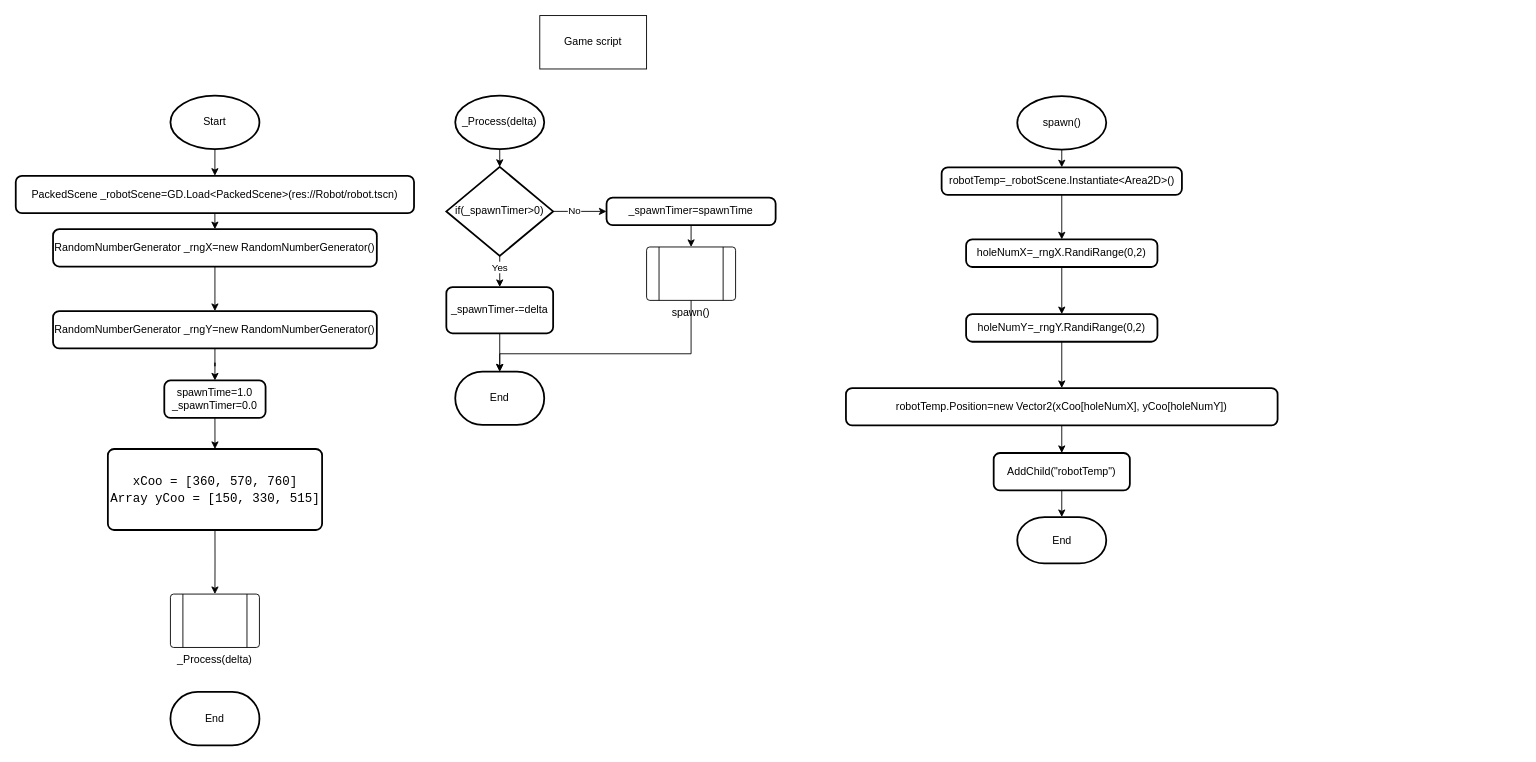
Above: whack-a-robot/Game/game flowchart.drawio in BHASVIC-Kasper25/Whack-a-Robot (draw.io), before the change. Source tidied: cells renumbered, new cells numbered last; positions are measured from the earlier drawing's top-left corner, leaving out a move shared by most shapes. Both pictures are drawn from the tidied source at 89%, with x=0, y=0 at pixel (15, 15).
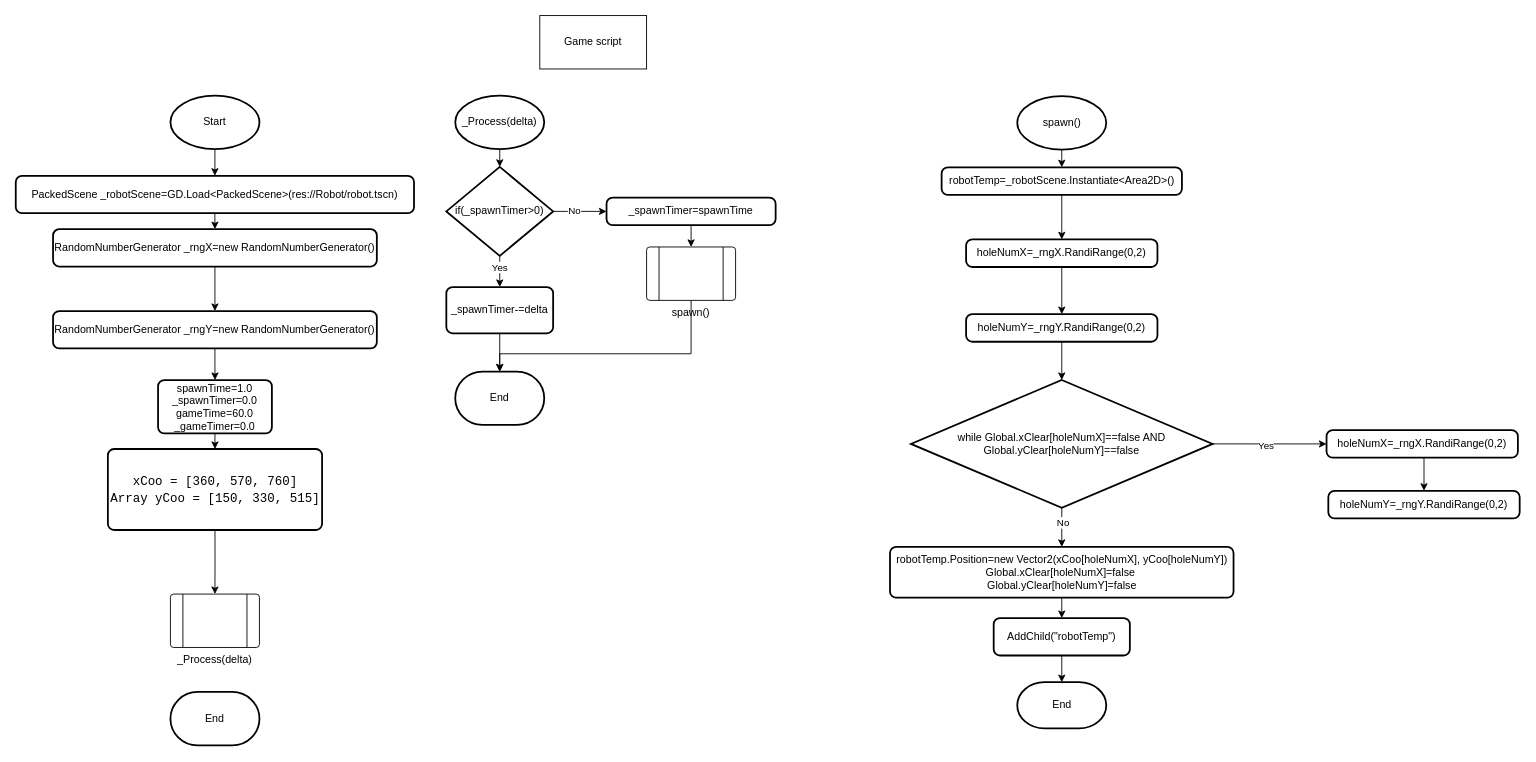
The same diagram, later.

The change refers to these unchanged cells:
```xml
<mxCell id="41" value="holeNumY=_rngY.RandiRange(0,2)" style="rounded=1;whiteSpace=wrap;html=1;absoluteArcSize=1;arcSize=14;strokeWidth=2;" parent="1" vertex="1">
  <mxGeometry x="1068" y="335.5" width="215" height="31" as="geometry" />
</mxCell>
```

Diff of the diagram source:
```diff
@@
-    <mxCell id="11" value="spawnTime=1.0&lt;div&gt;_spawnTimer=0.0&lt;/div&gt;" style="rounded=1;whiteSpace=wrap;html=1;absoluteArcSize=1;arcSize=14;strokeWidth=2;" parent="1" vertex="1">
-      <mxGeometry x="167.1" y="410" width="113.8" height="42" as="geometry" />
+    <mxCell id="11" value="spawnTime=1.0&lt;div&gt;_spawnTimer=0.0&lt;/div&gt;&lt;div&gt;gameTime=60.0&lt;/div&gt;&lt;div&gt;_gameTimer=0.0&lt;/div&gt;" style="rounded=1;whiteSpace=wrap;html=1;absoluteArcSize=1;arcSize=14;strokeWidth=2;" parent="1" vertex="1">
+      <mxGeometry x="160.1" y="409.5" width="127.9" height="60" as="geometry" />
     </mxCell>
@@
-    <mxCell id="32" value="robotTemp.Position=new Vector2(xCoo[holeNumX], yCoo[holeNumY])" style="rounded=1;whiteSpace=wrap;html=1;absoluteArcSize=1;arcSize=14;strokeWidth=2;" parent="1" vertex="1">
-      <mxGeometry x="933" y="418.5" width="485" height="42" as="geometry" />
+    <mxCell id="32" value="robotTemp.Position=new Vector2(xCoo[holeNumX], yCoo[holeNumY])&lt;div&gt;Global.xClear[holeNumX]=false&amp;nbsp;&lt;/div&gt;&lt;div&gt;Global.yClear[holeNumY]=false&lt;/div&gt;" style="rounded=1;whiteSpace=wrap;html=1;absoluteArcSize=1;arcSize=14;strokeWidth=2;" parent="1" vertex="1">
+      <mxGeometry x="982.5" y="597" width="386" height="57" as="geometry" />
     </mxCell>
@@
     <mxCell id="36" value="End" style="strokeWidth=2;html=1;shape=mxgraph.flowchart.terminator;whiteSpace=wrap;" parent="1" vertex="1">
-      <mxGeometry x="1125.5" y="563.5" width="100" height="52" as="geometry" />
+      <mxGeometry x="1125.5" y="749" width="100" height="52" as="geometry" />
     </mxCell>
@@
-    <mxCell id="40" style="edgeStyle=orthogonalEdgeStyle;rounded=0;jettySize=auto;html=1;exitX=0.5;exitY=1;exitDx=0;exitDy=0;entryX=0.5;entryY=0;entryDx=0;entryDy=0;" parent="1" edge="1" source="41" target="32">
-      <mxGeometry relative="1" as="geometry" />
-    </mxCell>
@@
     <mxCell id="42" value="AddChild(&quot;robotTemp&quot;)" style="rounded=1;whiteSpace=wrap;html=1;absoluteArcSize=1;arcSize=14;strokeWidth=2;" parent="1" vertex="1">
-      <mxGeometry x="1099" y="491.5" width="153" height="42" as="geometry" />
+      <mxGeometry x="1099" y="677" width="153" height="42" as="geometry" />
     </mxCell>
@@
+    <mxCell id="44" style="edgeStyle=orthogonalEdgeStyle;rounded=0;jettySize=auto;html=1;exitX=0.5;exitY=1;exitDx=0;exitDy=0;exitPerimeter=0;entryX=0.5;entryY=0;entryDx=0;entryDy=0;" parent="1" edge="1" source="48" target="32">
+      <mxGeometry relative="1" as="geometry" />
+    </mxCell>
+    <mxCell id="45" value="No" style="edgeLabel;html=1;align=center;verticalAlign=middle;" parent="44" vertex="1">
+      <mxGeometry x="-0.29" y="1" relative="1" as="geometry" />
+    </mxCell>
+    <mxCell id="46" style="edgeStyle=orthogonalEdgeStyle;rounded=0;jettySize=auto;html=1;exitX=1;exitY=0.5;exitDx=0;exitDy=0;exitPerimeter=0;entryX=0;entryY=0.5;entryDx=0;entryDy=0;" parent="1" edge="1" source="48" target="51">
+      <mxGeometry relative="1" as="geometry" />
+    </mxCell>
+    <mxCell id="47" value="Yes" style="edgeLabel;html=1;align=center;verticalAlign=middle;" parent="46" vertex="1">
+      <mxGeometry x="-0.06" y="-1" relative="1" as="geometry" />
+    </mxCell>
+    <mxCell id="48" value="while Global.xClear[holeNumX]==false AND Global.yClear[holeNumY]==false" style="strokeWidth=2;html=1;shape=mxgraph.flowchart.decision;whiteSpace=wrap;" parent="1" vertex="1">
+      <mxGeometry x="1006" y="409.5" width="339" height="143.5" as="geometry" />
+    </mxCell>
+    <mxCell id="49" style="edgeStyle=orthogonalEdgeStyle;rounded=0;jettySize=auto;html=1;exitX=0.5;exitY=1;exitDx=0;exitDy=0;entryX=0.5;entryY=0;entryDx=0;entryDy=0;entryPerimeter=0;" parent="1" edge="1" source="41" target="48">
+      <mxGeometry relative="1" as="geometry" />
+    </mxCell>
+    <mxCell id="50" style="edgeStyle=orthogonalEdgeStyle;rounded=0;jettySize=auto;html=1;exitX=0.5;exitY=1;exitDx=0;exitDy=0;entryX=0.5;entryY=0;entryDx=0;entryDy=0;" parent="1" edge="1" source="51" target="52">
+      <mxGeometry relative="1" as="geometry" />
+    </mxCell>
+    <mxCell id="51" value="holeNumX=_rngX.RandiRange(0,2)" style="rounded=1;whiteSpace=wrap;html=1;absoluteArcSize=1;arcSize=14;strokeWidth=2;" parent="1" vertex="1">
+      <mxGeometry x="1473" y="465.8" width="215" height="31" as="geometry" />
+    </mxCell>
+    <mxCell id="52" value="holeNumY=_rngY.RandiRange(0,2)" style="rounded=1;whiteSpace=wrap;html=1;absoluteArcSize=1;arcSize=14;strokeWidth=2;" parent="1" vertex="1">
+      <mxGeometry x="1475" y="534" width="215" height="31" as="geometry" />
+    </mxCell>
```
